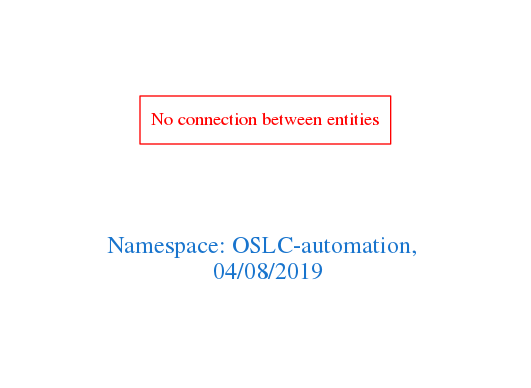
Before: downloads/OSLC-automation.png, a diagram exported from Graphviz (arago/OGIT). Its source is kept beside it as downloads/OSLC-automation.dot.
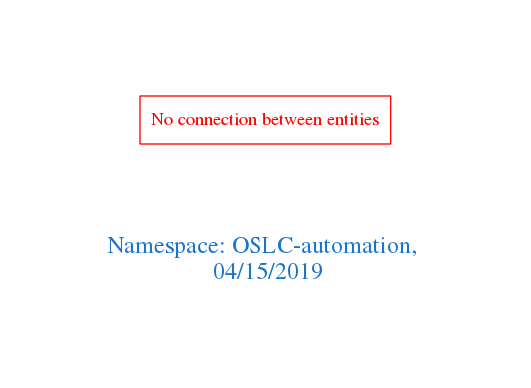
After the commit.

Change to the diagram source:
```diff
@@ -1,7 +1,7 @@
 digraph OGIT_ontology {
  graph [ rankdir= LR,pad=1
 fontsize = 18,
-fontcolor= dodgerblue3,label = "\n\n\nNamespace: OSLC-automation, \n 04/08/2019"];
+fontcolor= dodgerblue3,label = "\n\n\nNamespace: OSLC-automation, \n 04/15/2019"];
 node[shape=polygon];
 edge [  color="gray81"];
 
```
